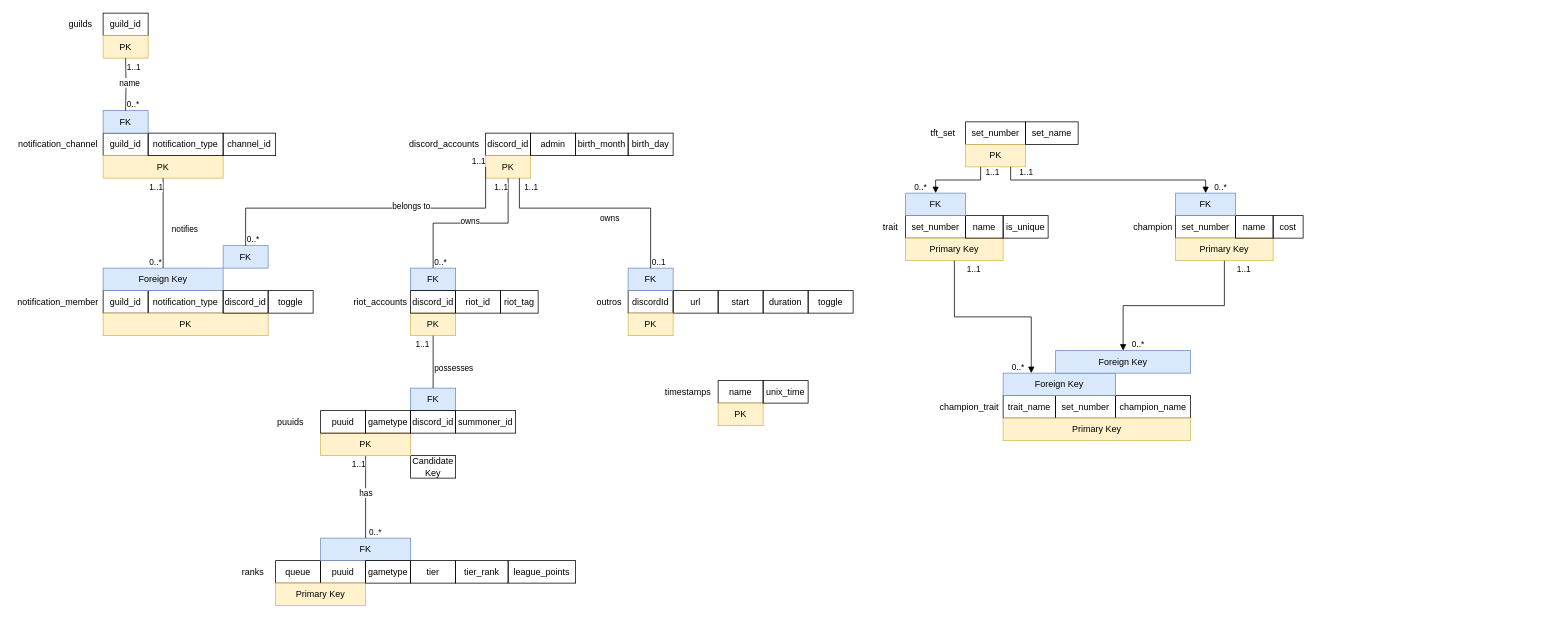
nathan-lai-engineering/discord-bot keeps this draw.io diagram as documentation/Relational Database Structure.drawio. Above is the earlier version. Source tidied: cells renumbered, new cells numbered last; positions are measured from the earlier drawing's top-left corner, leaving out a move shared by most shapes. Both pictures are drawn from the tidied source at 75%, with x=0, y=0 at pixel (13, 13).
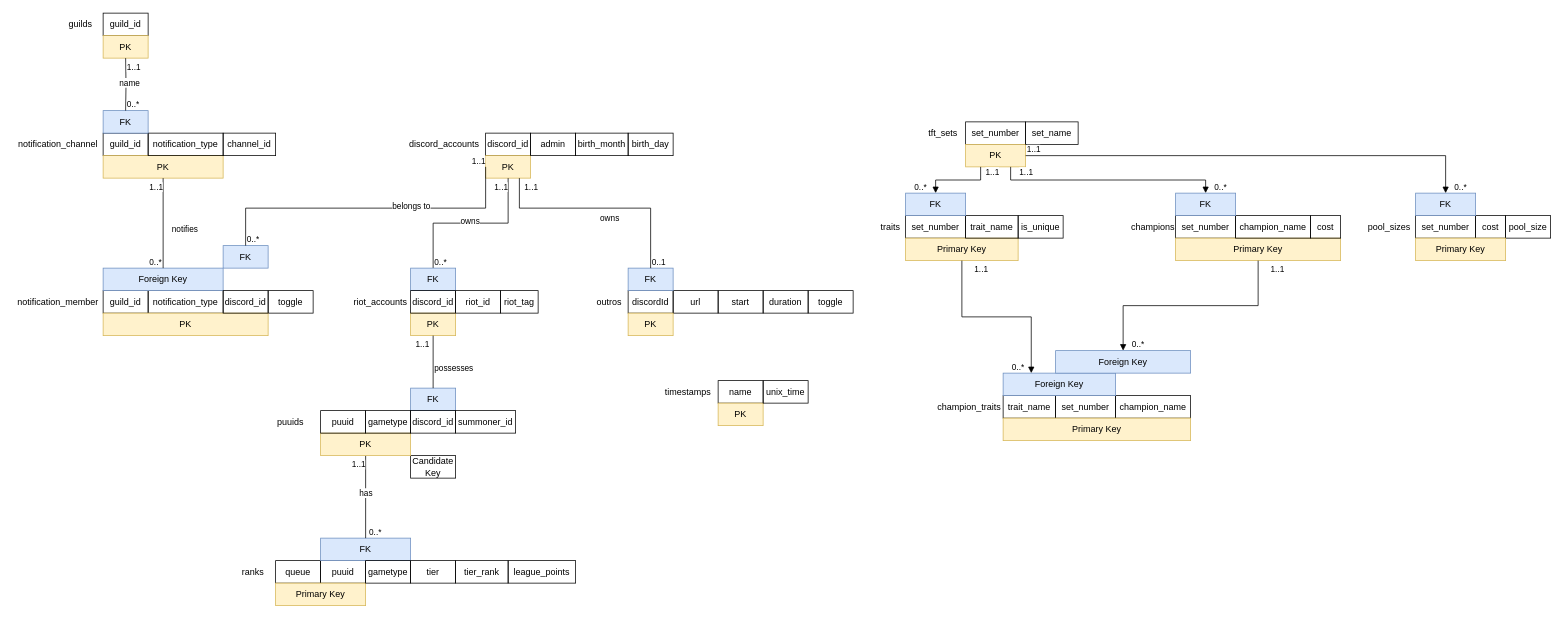
The same page after the edit.

Commit message (it also covers changes not shown here):
added tft tables to database

Unchanged cells that the change refers to:
```xml
<mxCell id="82" value="PK" style="text;html=1;strokeColor=#d6b656;fillColor=#fff2cc;align=center;verticalAlign=middle;whiteSpace=wrap;rounded=0;" parent="1" vertex="1">
  <mxGeometry x="1270" y="175" width="80" height="30" as="geometry" />
</mxCell>
```

Change to the diagram source:
```diff
@@
-    <mxCell id="80" value="tft_set" style="text;html=1;strokeColor=none;fillColor=none;align=center;verticalAlign=middle;whiteSpace=wrap;rounded=0;" parent="1" vertex="1">
+    <mxCell id="80" value="tft_sets" style="text;html=1;strokeColor=none;fillColor=none;align=center;verticalAlign=middle;whiteSpace=wrap;rounded=0;" parent="1" vertex="1">
       <mxGeometry x="1210" y="145" width="60" height="30" as="geometry" />
     </mxCell>
@@
     <mxCell id="84" value="Primary Key" style="text;html=1;strokeColor=#d6b656;fillColor=#fff2cc;align=center;verticalAlign=middle;whiteSpace=wrap;rounded=0;" parent="1" vertex="1">
-      <mxGeometry x="1190" y="300" width="130" height="30" as="geometry" />
+      <mxGeometry x="1190" y="300" width="150" height="30" as="geometry" />
     </mxCell>
-    <mxCell id="85" value="trait" style="text;html=1;strokeColor=none;fillColor=none;align=center;verticalAlign=middle;whiteSpace=wrap;rounded=0;" parent="1" vertex="1">
+    <mxCell id="85" value="traits" style="text;html=1;strokeColor=none;fillColor=none;align=center;verticalAlign=middle;whiteSpace=wrap;rounded=0;" parent="1" vertex="1">
       <mxGeometry x="1150" y="270" width="40" height="30" as="geometry" />
     </mxCell>
@@
-    <mxCell id="87" value="name" style="text;html=1;strokeColor=default;fillColor=none;align=center;verticalAlign=middle;whiteSpace=wrap;rounded=0;" parent="1" vertex="1">
-      <mxGeometry x="1270" y="270" width="50" height="30" as="geometry" />
+    <mxCell id="87" value="trait_name" style="text;html=1;strokeColor=default;fillColor=none;align=center;verticalAlign=middle;whiteSpace=wrap;rounded=0;" parent="1" vertex="1">
+      <mxGeometry x="1270" y="270" width="70" height="30" as="geometry" />
     </mxCell>
     <mxCell id="88" value="is_unique" style="text;html=1;strokeColor=default;fillColor=none;align=center;verticalAlign=middle;whiteSpace=wrap;rounded=0;" parent="1" vertex="1">
-      <mxGeometry x="1320" y="270" width="60" height="30" as="geometry" />
+      <mxGeometry x="1340" y="270" width="60" height="30" as="geometry" />
     </mxCell>
@@
     <mxCell id="90" value="Primary Key" style="text;html=1;strokeColor=#d6b656;fillColor=#fff2cc;align=center;verticalAlign=middle;whiteSpace=wrap;rounded=0;" parent="1" vertex="1">
-      <mxGeometry x="1550" y="300" width="130" height="30" as="geometry" />
+      <mxGeometry x="1550" y="300" width="220" height="30" as="geometry" />
     </mxCell>
-    <mxCell id="91" value="champion" style="text;html=1;strokeColor=none;fillColor=none;align=center;verticalAlign=middle;whiteSpace=wrap;rounded=0;" parent="1" vertex="1">
+    <mxCell id="91" value="champions" style="text;html=1;strokeColor=none;fillColor=none;align=center;verticalAlign=middle;whiteSpace=wrap;rounded=0;" parent="1" vertex="1">
       <mxGeometry x="1490" y="270" width="60" height="30" as="geometry" />
     </mxCell>
-    <mxCell id="92" value="name" style="text;html=1;strokeColor=default;fillColor=none;align=center;verticalAlign=middle;whiteSpace=wrap;rounded=0;" parent="1" vertex="1">
-      <mxGeometry x="1630" y="270" width="50" height="30" as="geometry" />
+    <mxCell id="92" value="champion_name" style="text;html=1;strokeColor=default;fillColor=none;align=center;verticalAlign=middle;whiteSpace=wrap;rounded=0;" parent="1" vertex="1">
+      <mxGeometry x="1630" y="270" width="100" height="30" as="geometry" />
     </mxCell>
     <mxCell id="93" value="cost" style="text;html=1;strokeColor=default;fillColor=none;align=center;verticalAlign=middle;whiteSpace=wrap;rounded=0;" parent="1" vertex="1">
-      <mxGeometry x="1680" y="270" width="40" height="30" as="geometry" />
+      <mxGeometry x="1730" y="270" width="40" height="30" as="geometry" />
     </mxCell>
@@
-    <mxCell id="100" value="champion_trait" style="text;html=1;strokeColor=none;fillColor=none;align=center;verticalAlign=middle;whiteSpace=wrap;rounded=0;" parent="1" vertex="1">
+    <mxCell id="100" value="champion_traits" style="text;html=1;strokeColor=none;fillColor=none;align=center;verticalAlign=middle;whiteSpace=wrap;rounded=0;" parent="1" vertex="1">
       <mxGeometry x="1230" y="510" width="90" height="30" as="geometry" />
     </mxCell>
@@
+    <mxCell id="115" value="pool_sizes" style="text;html=1;strokeColor=none;fillColor=none;align=center;verticalAlign=middle;whiteSpace=wrap;rounded=0;" parent="1" vertex="1">
+      <mxGeometry x="1800" y="270" width="70" height="30" as="geometry" />
+    </mxCell>
+    <mxCell id="116" value="set_number" style="text;html=1;strokeColor=default;fillColor=none;align=center;verticalAlign=middle;whiteSpace=wrap;rounded=0;" parent="1" vertex="1">
+      <mxGeometry x="1870" y="270" width="80" height="30" as="geometry" />
+    </mxCell>
+    <mxCell id="117" value="cost" style="text;html=1;strokeColor=default;fillColor=none;align=center;verticalAlign=middle;whiteSpace=wrap;rounded=0;" parent="1" vertex="1">
+      <mxGeometry x="1950" y="270" width="40" height="30" as="geometry" />
+    </mxCell>
+    <mxCell id="118" value="pool_size" style="text;html=1;strokeColor=default;fillColor=none;align=center;verticalAlign=middle;whiteSpace=wrap;rounded=0;" parent="1" vertex="1">
+      <mxGeometry x="1990" y="270" width="60" height="30" as="geometry" />
+    </mxCell>
+    <mxCell id="119" value="Primary Key" style="text;html=1;strokeColor=#d6b656;fillColor=#fff2cc;align=center;verticalAlign=middle;whiteSpace=wrap;rounded=0;" parent="1" vertex="1">
+      <mxGeometry x="1870" y="300" width="120" height="30" as="geometry" />
+    </mxCell>
+    <mxCell id="120" value="FK" style="text;html=1;strokeColor=#6c8ebf;fillColor=#dae8fc;align=center;verticalAlign=middle;whiteSpace=wrap;rounded=0;" parent="1" vertex="1">
+      <mxGeometry x="1870" y="240" width="80" height="30" as="geometry" />
+    </mxCell>
+    <mxCell id="121" style="endArrow=block;endFill=1;html=1;edgeStyle=orthogonalEdgeStyle;align=left;verticalAlign=top;rounded=0;exitX=1;exitY=0.5;exitDx=0;exitDy=0;entryX=0.5;entryY=0;entryDx=0;entryDy=0;" parent="1" edge="1" source="82" target="120">
+      <mxGeometry x="-1" relative="1" as="geometry" />
+    </mxCell>
+    <mxCell id="122" value="1..1" style="edgeLabel;html=1;align=left;verticalAlign=bottom;" parent="121" vertex="1">
+      <mxGeometry x="-1" relative="1" as="geometry" />
+    </mxCell>
+    <mxCell id="123" value="0..*" style="edgeLabel;html=1;align=left;verticalAlign=bottom;" parent="1" vertex="1">
+      <mxGeometry x="1920" y="240" as="geometry" />
+    </mxCell>
```
